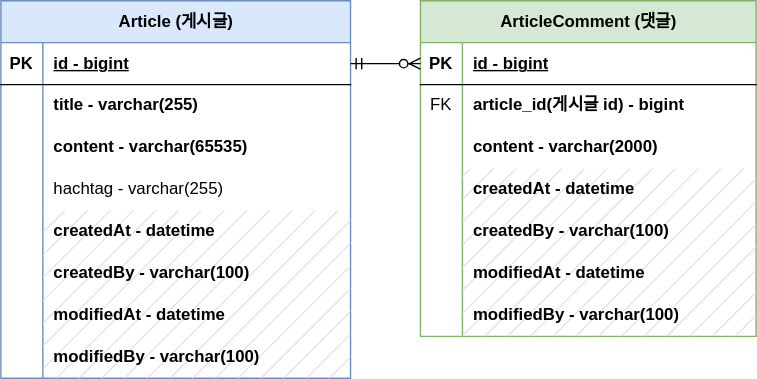
Above: spring-board/document/spring-board-erd.svg in adeline0618/spring-board (draw.io), before the change. Source tidied: cells renumbered, new cells last; positions are measured from the earlier drawing's top-left corner, leaving out a move shared by most shapes.
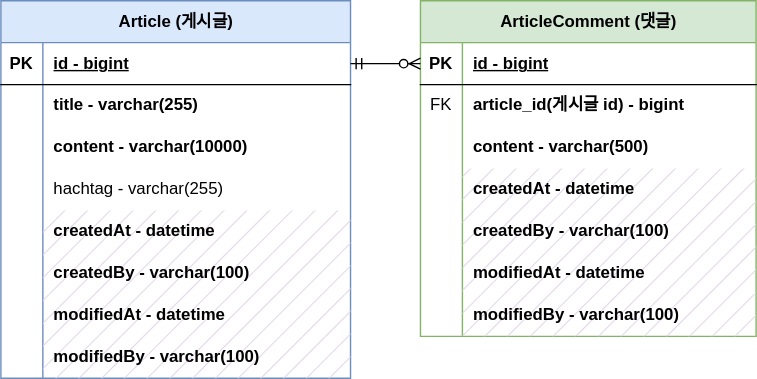
The same file after the commit.

Commit message:
#10 - index위해 content사이즈 수정

The edit, as a diff of the source:
```diff
@@ -29,7 +29,7 @@
     <mxCell id="10" style="shape=partialRectangle;fillColor=none;top=0;left=0;bottom=0;right=0;overflow=hidden;whiteSpace=wrap;html=1;" parent="9" vertex="1">
       <mxGeometry width="30" height="30" as="geometry" />
     </mxCell>
-    <mxCell id="11" value="content - varchar(65535)" style="shape=partialRectangle;fillColor=none;top=0;left=0;bottom=0;right=0;align=left;spacingLeft=6;overflow=hidden;whiteSpace=wrap;html=1;fontStyle=1;" parent="9" vertex="1">
+    <mxCell id="11" value="content - varchar(10000)" style="shape=partialRectangle;fillColor=none;top=0;left=0;bottom=0;right=0;align=left;spacingLeft=6;overflow=hidden;whiteSpace=wrap;html=1;fontStyle=1;" parent="9" vertex="1">
       <mxGeometry x="30" width="220" height="30" as="geometry" />
     </mxCell>
     <mxCell id="12" style="shape=tableRow;horizontal=0;startSize=0;swimlaneHead=0;swimlaneBody=0;fillColor=none;top=0;left=0;right=0;bottom=0;" parent="2" vertex="1">
@@ -104,7 +104,7 @@
     <mxCell id="35" style="shape=partialRectangle;fillColor=none;top=0;left=0;bottom=0;right=0;overflow=hidden;whiteSpace=wrap;html=1;" parent="34" vertex="1">
       <mxGeometry width="30" height="30" as="geometry" />
     </mxCell>
-    <mxCell id="36" value="&lt;b&gt;content - varchar(2000)&lt;/b&gt;" style="shape=partialRectangle;fillColor=none;top=0;left=0;bottom=0;right=0;align=left;spacingLeft=6;overflow=hidden;whiteSpace=wrap;html=1;" parent="34" vertex="1">
+    <mxCell id="36" value="&lt;b&gt;content - varchar(500)&lt;/b&gt;" style="shape=partialRectangle;fillColor=none;top=0;left=0;bottom=0;right=0;align=left;spacingLeft=6;overflow=hidden;whiteSpace=wrap;html=1;" parent="34" vertex="1">
       <mxGeometry x="30" width="210" height="30" as="geometry" />
     </mxCell>
     <mxCell id="37" style="shape=tableRow;horizontal=0;startSize=0;swimlaneHead=0;swimlaneBody=0;fillColor=none;top=0;left=0;right=0;bottom=0;" parent="27" vertex="1">
```
